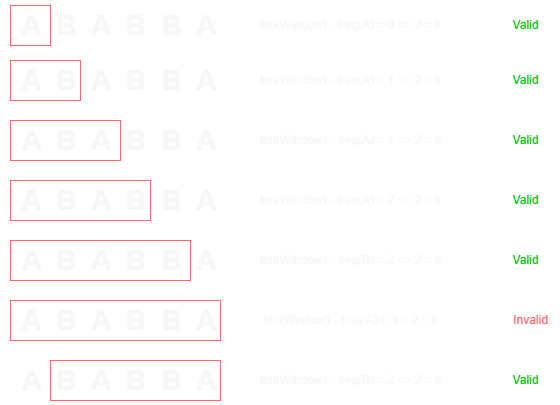
ashiven/leetcode-solutions keeps this draw.io diagram as Neetcode150/img/LongestRepeatingCharacters.png. Above is the earlier version. Source tidied: cells renumbered, new cells last; positions are measured from the earlier drawing's top-left corner, leaving out a move shared by most shapes.
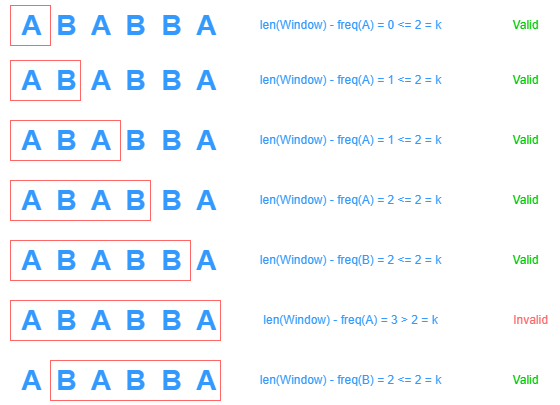
After the commit.

The edit, as a diff of the source:
```diff
@@ -2,16 +2,16 @@
   <root>
     <mxCell id="0" />
     <mxCell id="1" parent="0" />
-    <mxCell id="2" value="&lt;b&gt;&lt;font style=&quot;font-size: 28px;&quot;&gt;&amp;nbsp;A&amp;nbsp; B&amp;nbsp; A&amp;nbsp; B&amp;nbsp; B&amp;nbsp; A&lt;/font&gt;&lt;/b&gt;" style="text;html=1;align=center;verticalAlign=middle;strokeColor=none;fillColor=none;fontColor=#F7F7F7;" parent="1" vertex="1">
+    <mxCell id="2" value="&lt;b&gt;&lt;font style=&quot;font-size: 28px;&quot;&gt;&amp;nbsp;A&amp;nbsp; B&amp;nbsp; A&amp;nbsp; B&amp;nbsp; B&amp;nbsp; A&lt;/font&gt;&lt;/b&gt;" style="text;html=1;align=center;verticalAlign=middle;strokeColor=none;fillColor=none;fontColor=#3399FF;" parent="1" vertex="1">
       <mxGeometry width="230" height="50" as="geometry" />
     </mxCell>
-    <mxCell id="3" style="whiteSpace=wrap;html=1;fillColor=none;strokeColor=#FF6666;fontColor=#F7F7F7;" parent="1" vertex="1">
+    <mxCell id="3" style="whiteSpace=wrap;html=1;fillColor=none;strokeColor=#FF6666;fontColor=#3399FF;" parent="1" vertex="1">
       <mxGeometry x="10" y="5" width="40" height="40" as="geometry" />
     </mxCell>
-    <mxCell id="4" value="&lt;font&gt;len(Window) - freq(A) = 0 &amp;lt;= 2 = k&lt;/font&gt;" style="text;html=1;align=center;verticalAlign=middle;strokeColor=none;fillColor=none;fontColor=#F7F7F7;" parent="1" vertex="1">
+    <mxCell id="4" value="&lt;font&gt;len(Window) - freq(A) = 0 &amp;lt;= 2 = k&lt;/font&gt;" style="text;html=1;align=center;verticalAlign=middle;strokeColor=none;fillColor=none;fontColor=#3399FF;" parent="1" vertex="1">
       <mxGeometry x="250" y="10" width="200" height="30" as="geometry" />
     </mxCell>
-    <mxCell id="5" style="endArrow=classic;html=1;rounded=0;strokeColor=#FFFFFF;fontColor=#F7F7F7;" parent="1" edge="1">
+    <mxCell id="5" style="endArrow=classic;html=1;rounded=0;strokeColor=#FFFFFF;fontColor=#3399FF;" parent="1" edge="1">
       <mxGeometry relative="1" as="geometry">
         <mxPoint x="470" y="24.7" as="sourcePoint" />
         <mxPoint x="500" y="24.7" as="targetPoint" />
@@ -20,16 +20,16 @@
     <mxCell id="6" value="&lt;font color=&quot;#00cc00&quot;&gt;Valid&lt;/font&gt;" style="text;html=1;align=center;verticalAlign=middle;strokeColor=none;fillColor=none;" parent="1" vertex="1">
       <mxGeometry x="500" y="10" width="50" height="30" as="geometry" />
     </mxCell>
-    <mxCell id="7" value="&lt;b&gt;&lt;font style=&quot;font-size: 28px;&quot;&gt;&amp;nbsp;A&amp;nbsp; B&amp;nbsp; A&amp;nbsp; B&amp;nbsp; B&amp;nbsp; A&lt;/font&gt;&lt;/b&gt;" style="text;html=1;align=center;verticalAlign=middle;strokeColor=none;fillColor=none;fontColor=#F7F7F7;" parent="1" vertex="1">
+    <mxCell id="7" value="&lt;b&gt;&lt;font style=&quot;font-size: 28px;&quot;&gt;&amp;nbsp;A&amp;nbsp; B&amp;nbsp; A&amp;nbsp; B&amp;nbsp; B&amp;nbsp; A&lt;/font&gt;&lt;/b&gt;" style="text;html=1;align=center;verticalAlign=middle;strokeColor=none;fillColor=none;fontColor=#3399FF;" parent="1" vertex="1">
       <mxGeometry y="55" width="230" height="50" as="geometry" />
     </mxCell>
-    <mxCell id="8" style="rounded=0;whiteSpace=wrap;html=1;fillColor=none;strokeColor=#FF6666;fontColor=#F7F7F7;" parent="1" vertex="1">
+    <mxCell id="8" style="rounded=0;whiteSpace=wrap;html=1;fillColor=none;strokeColor=#FF6666;fontColor=#3399FF;" parent="1" vertex="1">
       <mxGeometry x="10" y="60" width="70" height="40" as="geometry" />
     </mxCell>
-    <mxCell id="9" value="&lt;font&gt;len(Window) - freq(A) = 1 &amp;lt;= 2 = k&lt;/font&gt;" style="text;html=1;align=center;verticalAlign=middle;strokeColor=none;fillColor=none;fontColor=#F7F7F7;" parent="1" vertex="1">
+    <mxCell id="9" value="&lt;font&gt;len(Window) - freq(A) = 1 &amp;lt;= 2 = k&lt;/font&gt;" style="text;html=1;align=center;verticalAlign=middle;strokeColor=none;fillColor=none;fontColor=#3399FF;" parent="1" vertex="1">
       <mxGeometry x="250" y="65" width="200" height="30" as="geometry" />
     </mxCell>
-    <mxCell id="10" style="endArrow=classic;html=1;rounded=0;strokeColor=#FFFFFF;fontColor=#F7F7F7;" parent="1" edge="1">
+    <mxCell id="10" style="endArrow=classic;html=1;rounded=0;strokeColor=#FFFFFF;fontColor=#3399FF;" parent="1" edge="1">
       <mxGeometry relative="1" as="geometry">
         <mxPoint x="470" y="79.7" as="sourcePoint" />
         <mxPoint x="500" y="79.7" as="targetPoint" />
@@ -38,16 +38,16 @@
     <mxCell id="11" value="&lt;font color=&quot;#00cc00&quot;&gt;Valid&lt;/font&gt;" style="text;html=1;align=center;verticalAlign=middle;strokeColor=none;fillColor=none;" parent="1" vertex="1">
       <mxGeometry x="500" y="65" width="50" height="30" as="geometry" />
     </mxCell>
-    <mxCell id="12" value="&lt;b&gt;&lt;font style=&quot;font-size: 28px;&quot;&gt;&amp;nbsp;A&amp;nbsp; B&amp;nbsp; A&amp;nbsp; B&amp;nbsp; B&amp;nbsp; A&lt;/font&gt;&lt;/b&gt;" style="text;html=1;align=center;verticalAlign=middle;strokeColor=none;fillColor=none;fontColor=#F7F7F7;" parent="1" vertex="1">
+    <mxCell id="12" value="&lt;b&gt;&lt;font style=&quot;font-size: 28px;&quot;&gt;&amp;nbsp;A&amp;nbsp; B&amp;nbsp; A&amp;nbsp; B&amp;nbsp; B&amp;nbsp; A&lt;/font&gt;&lt;/b&gt;" style="text;html=1;align=center;verticalAlign=middle;strokeColor=none;fillColor=none;fontColor=#3399FF;" parent="1" vertex="1">
       <mxGeometry y="115" width="230" height="50" as="geometry" />
     </mxCell>
-    <mxCell id="13" style="rounded=0;whiteSpace=wrap;html=1;fillColor=none;strokeColor=#FF6666;fontColor=#F7F7F7;" parent="1" vertex="1">
+    <mxCell id="13" style="rounded=0;whiteSpace=wrap;html=1;fillColor=none;strokeColor=#FF6666;fontColor=#3399FF;" parent="1" vertex="1">
       <mxGeometry x="10" y="120" width="110" height="40" as="geometry" />
     </mxCell>
-    <mxCell id="14" value="&lt;font&gt;len(Window) - freq(A) = 1 &amp;lt;= 2 = k&lt;/font&gt;" style="text;html=1;align=center;verticalAlign=middle;strokeColor=none;fillColor=none;fontColor=#F7F7F7;" parent="1" vertex="1">
+    <mxCell id="14" value="&lt;font&gt;len(Window) - freq(A) = 1 &amp;lt;= 2 = k&lt;/font&gt;" style="text;html=1;align=center;verticalAlign=middle;strokeColor=none;fillColor=none;fontColor=#3399FF;" parent="1" vertex="1">
       <mxGeometry x="250" y="125" width="200" height="30" as="geometry" />
     </mxCell>
-    <mxCell id="15" style="endArrow=classic;html=1;rounded=0;strokeColor=#FFFFFF;fontColor=#F7F7F7;" parent="1" edge="1">
+    <mxCell id="15" style="endArrow=classic;html=1;rounded=0;strokeColor=#FFFFFF;fontColor=#3399FF;" parent="1" edge="1">
       <mxGeometry relative="1" as="geometry">
         <mxPoint x="470" y="139.7" as="sourcePoint" />
         <mxPoint x="500" y="139.7" as="targetPoint" />
@@ -56,16 +56,16 @@
     <mxCell id="16" value="&lt;font color=&quot;#00cc00&quot;&gt;Valid&lt;/font&gt;" style="text;html=1;align=center;verticalAlign=middle;strokeColor=none;fillColor=none;" parent="1" vertex="1">
       <mxGeometry x="500" y="125" width="50" height="30" as="geometry" />
     </mxCell>
-    <mxCell id="17" value="&lt;b&gt;&lt;font style=&quot;font-size: 28px;&quot;&gt;&amp;nbsp;A&amp;nbsp; B&amp;nbsp; A&amp;nbsp; B&amp;nbsp; B&amp;nbsp; A&lt;/font&gt;&lt;/b&gt;" style="text;html=1;align=center;verticalAlign=middle;strokeColor=none;fillColor=none;fontColor=#F7F7F7;" parent="1" vertex="1">
+    <mxCell id="17" value="&lt;b&gt;&lt;font style=&quot;font-size: 28px;&quot;&gt;&amp;nbsp;A&amp;nbsp; B&amp;nbsp; A&amp;nbsp; B&amp;nbsp; B&amp;nbsp; A&lt;/font&gt;&lt;/b&gt;" style="text;html=1;align=center;verticalAlign=middle;strokeColor=none;fillColor=none;fontColor=#3399FF;" parent="1" vertex="1">
       <mxGeometry y="175" width="230" height="50" as="geometry" />
     </mxCell>
-    <mxCell id="18" style="rounded=0;whiteSpace=wrap;html=1;fillColor=none;strokeColor=#FF6666;fontColor=#F7F7F7;" parent="1" vertex="1">
+    <mxCell id="18" style="rounded=0;whiteSpace=wrap;html=1;fillColor=none;strokeColor=#FF6666;fontColor=#3399FF;" parent="1" vertex="1">
       <mxGeometry x="10" y="180" width="140" height="40" as="geometry" />
     </mxCell>
-    <mxCell id="19" value="&lt;font&gt;len(Window) - freq(A) = 2 &amp;lt;= 2 = k&lt;/font&gt;" style="text;html=1;align=center;verticalAlign=middle;strokeColor=none;fillColor=none;fontColor=#F7F7F7;" parent="1" vertex="1">
+    <mxCell id="19" value="&lt;font&gt;len(Window) - freq(A) = 2 &amp;lt;= 2 = k&lt;/font&gt;" style="text;html=1;align=center;verticalAlign=middle;strokeColor=none;fillColor=none;fontColor=#3399FF;" parent="1" vertex="1">
       <mxGeometry x="250" y="185" width="200" height="30" as="geometry" />
     </mxCell>
-    <mxCell id="20" style="endArrow=classic;html=1;rounded=0;strokeColor=#FFFFFF;fontColor=#F7F7F7;" parent="1" edge="1">
+    <mxCell id="20" style="endArrow=classic;html=1;rounded=0;strokeColor=#FFFFFF;fontColor=#3399FF;" parent="1" edge="1">
       <mxGeometry relative="1" as="geometry">
         <mxPoint x="470" y="199.7" as="sourcePoint" />
         <mxPoint x="500" y="199.7" as="targetPoint" />
@@ -74,16 +74,16 @@
     <mxCell id="21" value="&lt;font color=&quot;#00cc00&quot;&gt;Valid&lt;/font&gt;" style="text;html=1;align=center;verticalAlign=middle;strokeColor=none;fillColor=none;" parent="1" vertex="1">
       <mxGeometry x="500" y="185" width="50" height="30" as="geometry" />
     </mxCell>
-    <mxCell id="22" value="&lt;b&gt;&lt;font style=&quot;font-size: 28px;&quot;&gt;&amp;nbsp;A&amp;nbsp; B&amp;nbsp; A&amp;nbsp; B&amp;nbsp; B&amp;nbsp; A&lt;/font&gt;&lt;/b&gt;" style="text;html=1;align=center;verticalAlign=middle;strokeColor=none;fillColor=none;fontColor=#F7F7F7;" parent="1" vertex="1">
+    <mxCell id="22" value="&lt;b&gt;&lt;font style=&quot;font-size: 28px;&quot;&gt;&amp;nbsp;A&amp;nbsp; B&amp;nbsp; A&amp;nbsp; B&amp;nbsp; B&amp;nbsp; A&lt;/font&gt;&lt;/b&gt;" style="text;html=1;align=center;verticalAlign=middle;strokeColor=none;fillColor=none;fontColor=#3399FF;" parent="1" vertex="1">
       <mxGeometry y="235" width="230" height="50" as="geometry" />
     </mxCell>
-    <mxCell id="23" style="rounded=0;whiteSpace=wrap;html=1;fillColor=none;strokeColor=#FF6666;fontColor=#F7F7F7;" parent="1" vertex="1">
+    <mxCell id="23" style="rounded=0;whiteSpace=wrap;html=1;fillColor=none;strokeColor=#FF6666;fontColor=#3399FF;" parent="1" vertex="1">
       <mxGeometry x="10" y="240" width="180" height="40" as="geometry" />
     </mxCell>
-    <mxCell id="24" value="&lt;font&gt;len(Window) - freq(B) = 2 &amp;lt;= 2 = k&lt;/font&gt;" style="text;html=1;align=center;verticalAlign=middle;strokeColor=none;fillColor=none;fontColor=#F7F7F7;" parent="1" vertex="1">
+    <mxCell id="24" value="&lt;font&gt;len(Window) - freq(B) = 2 &amp;lt;= 2 = k&lt;/font&gt;" style="text;html=1;align=center;verticalAlign=middle;strokeColor=none;fillColor=none;fontColor=#3399FF;" parent="1" vertex="1">
       <mxGeometry x="250" y="245" width="200" height="30" as="geometry" />
     </mxCell>
-    <mxCell id="25" style="endArrow=classic;html=1;rounded=0;strokeColor=#FFFFFF;fontColor=#F7F7F7;" parent="1" edge="1">
+    <mxCell id="25" style="endArrow=classic;html=1;rounded=0;strokeColor=#FFFFFF;fontColor=#3399FF;" parent="1" edge="1">
       <mxGeometry relative="1" as="geometry">
         <mxPoint x="470" y="259.7" as="sourcePoint" />
         <mxPoint x="500" y="259.7" as="targetPoint" />
@@ -92,16 +92,16 @@
     <mxCell id="26" value="&lt;font color=&quot;#00cc00&quot;&gt;Valid&lt;/font&gt;" style="text;html=1;align=center;verticalAlign=middle;strokeColor=none;fillColor=none;" parent="1" vertex="1">
       <mxGeometry x="500" y="245" width="50" height="30" as="geometry" />
     </mxCell>
-    <mxCell id="27" value="&lt;b&gt;&lt;font style=&quot;font-size: 28px;&quot;&gt;&amp;nbsp;A&amp;nbsp; B&amp;nbsp; A&amp;nbsp; B&amp;nbsp; B&amp;nbsp; A&lt;/font&gt;&lt;/b&gt;" style="text;html=1;align=center;verticalAlign=middle;strokeColor=none;fillColor=none;fontColor=#F7F7F7;" parent="1" vertex="1">
+    <mxCell id="27" value="&lt;b&gt;&lt;font style=&quot;font-size: 28px;&quot;&gt;&amp;nbsp;A&amp;nbsp; B&amp;nbsp; A&amp;nbsp; B&amp;nbsp; B&amp;nbsp; A&lt;/font&gt;&lt;/b&gt;" style="text;html=1;align=center;verticalAlign=middle;strokeColor=none;fillColor=none;fontColor=#3399FF;" parent="1" vertex="1">
       <mxGeometry y="295" width="230" height="50" as="geometry" />
     </mxCell>
-    <mxCell id="28" style="rounded=0;whiteSpace=wrap;html=1;fillColor=none;strokeColor=#FF6666;fontColor=#F7F7F7;" parent="1" vertex="1">
+    <mxCell id="28" style="rounded=0;whiteSpace=wrap;html=1;fillColor=none;strokeColor=#FF6666;fontColor=#3399FF;" parent="1" vertex="1">
       <mxGeometry x="10" y="300" width="210" height="40" as="geometry" />
     </mxCell>
-    <mxCell id="29" value="&lt;font&gt;len(Window) - freq(A) = 3 &amp;gt; 2 = k&lt;/font&gt;" style="text;html=1;align=center;verticalAlign=middle;strokeColor=none;fillColor=none;fontColor=#F7F7F7;" parent="1" vertex="1">
+    <mxCell id="29" value="&lt;font&gt;len(Window) - freq(A) = 3 &amp;gt; 2 = k&lt;/font&gt;" style="text;html=1;align=center;verticalAlign=middle;strokeColor=none;fillColor=none;fontColor=#3399FF;" parent="1" vertex="1">
       <mxGeometry x="250" y="305" width="200" height="30" as="geometry" />
     </mxCell>
-    <mxCell id="30" style="endArrow=classic;html=1;rounded=0;strokeColor=#FFFFFF;fontColor=#F7F7F7;" parent="1" edge="1">
+    <mxCell id="30" style="endArrow=classic;html=1;rounded=0;strokeColor=#FFFFFF;fontColor=#3399FF;" parent="1" edge="1">
       <mxGeometry relative="1" as="geometry">
         <mxPoint x="470" y="319.7" as="sourcePoint" />
         <mxPoint x="500" y="319.7" as="targetPoint" />
@@ -110,16 +110,16 @@
     <mxCell id="31" value="&lt;font color=&quot;#ff6666&quot;&gt;Invalid&lt;/font&gt;" style="text;html=1;align=center;verticalAlign=middle;strokeColor=none;fillColor=none;" parent="1" vertex="1">
       <mxGeometry x="500" y="305" width="60" height="30" as="geometry" />
     </mxCell>
-    <mxCell id="32" value="&lt;b&gt;&lt;font style=&quot;font-size: 28px;&quot;&gt;&amp;nbsp;A&amp;nbsp; B&amp;nbsp; A&amp;nbsp; B&amp;nbsp; B&amp;nbsp; A&lt;/font&gt;&lt;/b&gt;" style="text;html=1;align=center;verticalAlign=middle;strokeColor=none;fillColor=none;fontColor=#F7F7F7;" parent="1" vertex="1">
+    <mxCell id="32" value="&lt;b&gt;&lt;font style=&quot;font-size: 28px;&quot;&gt;&amp;nbsp;A&amp;nbsp; B&amp;nbsp; A&amp;nbsp; B&amp;nbsp; B&amp;nbsp; A&lt;/font&gt;&lt;/b&gt;" style="text;html=1;align=center;verticalAlign=middle;strokeColor=none;fillColor=none;fontColor=#3399FF;" parent="1" vertex="1">
       <mxGeometry y="355" width="230" height="50" as="geometry" />
     </mxCell>
-    <mxCell id="33" style="rounded=0;whiteSpace=wrap;html=1;fillColor=none;strokeColor=#FF6666;fontColor=#F7F7F7;" parent="1" vertex="1">
+    <mxCell id="33" style="rounded=0;whiteSpace=wrap;html=1;fillColor=none;strokeColor=#FF6666;fontColor=#3399FF;" parent="1" vertex="1">
       <mxGeometry x="50" y="360" width="170" height="40" as="geometry" />
     </mxCell>
-    <mxCell id="34" value="&lt;font&gt;len(Window) - freq(B) = 2 &amp;lt;= 2 = k&lt;/font&gt;" style="text;html=1;align=center;verticalAlign=middle;strokeColor=none;fillColor=none;fontColor=#F7F7F7;" parent="1" vertex="1">
+    <mxCell id="34" value="&lt;font&gt;len(Window) - freq(B) = 2 &amp;lt;= 2 = k&lt;/font&gt;" style="text;html=1;align=center;verticalAlign=middle;strokeColor=none;fillColor=none;fontColor=#3399FF;" parent="1" vertex="1">
       <mxGeometry x="250" y="365" width="200" height="30" as="geometry" />
     </mxCell>
-    <mxCell id="35" style="endArrow=classic;html=1;rounded=0;strokeColor=#FFFFFF;fontColor=#F7F7F7;" parent="1" edge="1">
+    <mxCell id="35" style="endArrow=classic;html=1;rounded=0;strokeColor=#FFFFFF;fontColor=#3399FF;" parent="1" edge="1">
       <mxGeometry relative="1" as="geometry">
         <mxPoint x="470" y="379.7" as="sourcePoint" />
         <mxPoint x="500" y="379.7" as="targetPoint" />
```
